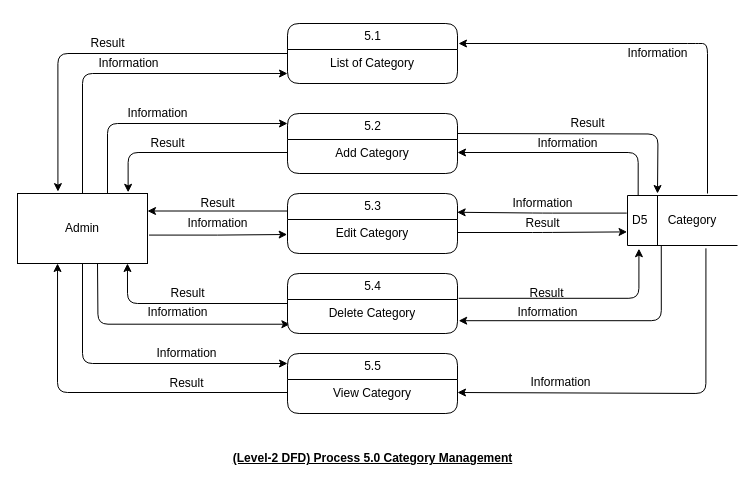
Earlier version of the draw.io diagram assets/dfd/Admin/DFD-Level-5.0 - Category Manager.drawio (vanluong94/aptech-market-management-system). Source tidied: cells renumbered, new cells numbered last; positions are measured from the earlier drawing's top-left corner, leaving out a move shared by most shapes. Both pictures are drawn from the tidied source at 100%, with x=0, y=0 at pixel (17, 23).
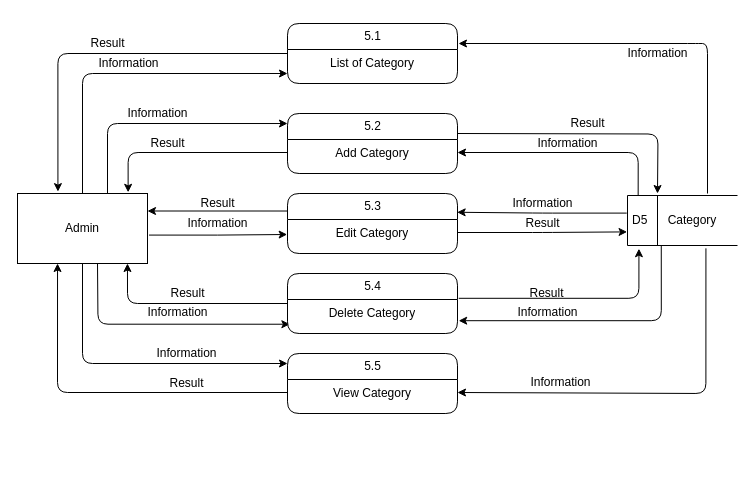
The same page after the edit.

The edit, as a diff of the source:
```diff
@@
-    <mxCell id="6" value="&lt;p class=&quot;MsoNormal&quot; style=&quot;font-size: 12px;&quot;&gt;&lt;font style=&quot;font-size: 12px;&quot;&gt;&lt;span style=&quot;font-size: 12px;&quot;&gt;&lt;b style=&quot;font-size: 12px;&quot;&gt;&lt;u style=&quot;font-size: 12px;&quot;&gt;(Level-2 DFD) Process 5.0 Category Management&lt;/u&gt;&lt;/b&gt;&lt;/span&gt;&lt;/font&gt;&lt;br style=&quot;font-size: 12px;&quot;&gt;&lt;/p&gt;" style="text;html=1;align=center;verticalAlign=middle;strokeColor=none;fontColor=#000000;fontFamily=Helvetica;fontSize=12;" parent="1" vertex="1">
-      <mxGeometry x="210" y="415" width="290" height="40" as="geometry" />
-    </mxCell>
```
